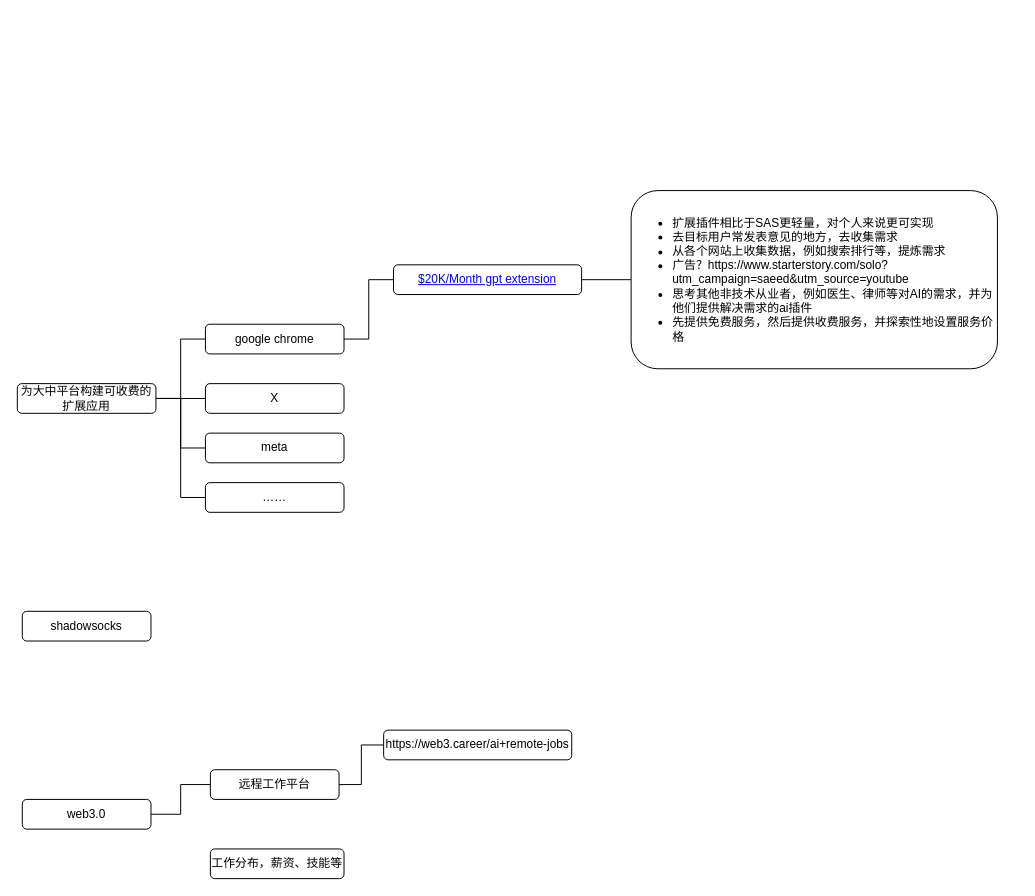
Above: 副业赚钱脑图.drawio in Wang-Yu-Qing/help_651 (draw.io), before the change. Source tidied: cells renumbered, new cells numbered last; positions are measured from the earlier drawing's top-left corner, leaving out a move shared by most shapes. Both pictures are drawn from the tidied source at 99%, with x=0, y=0 at pixel (17, 190).
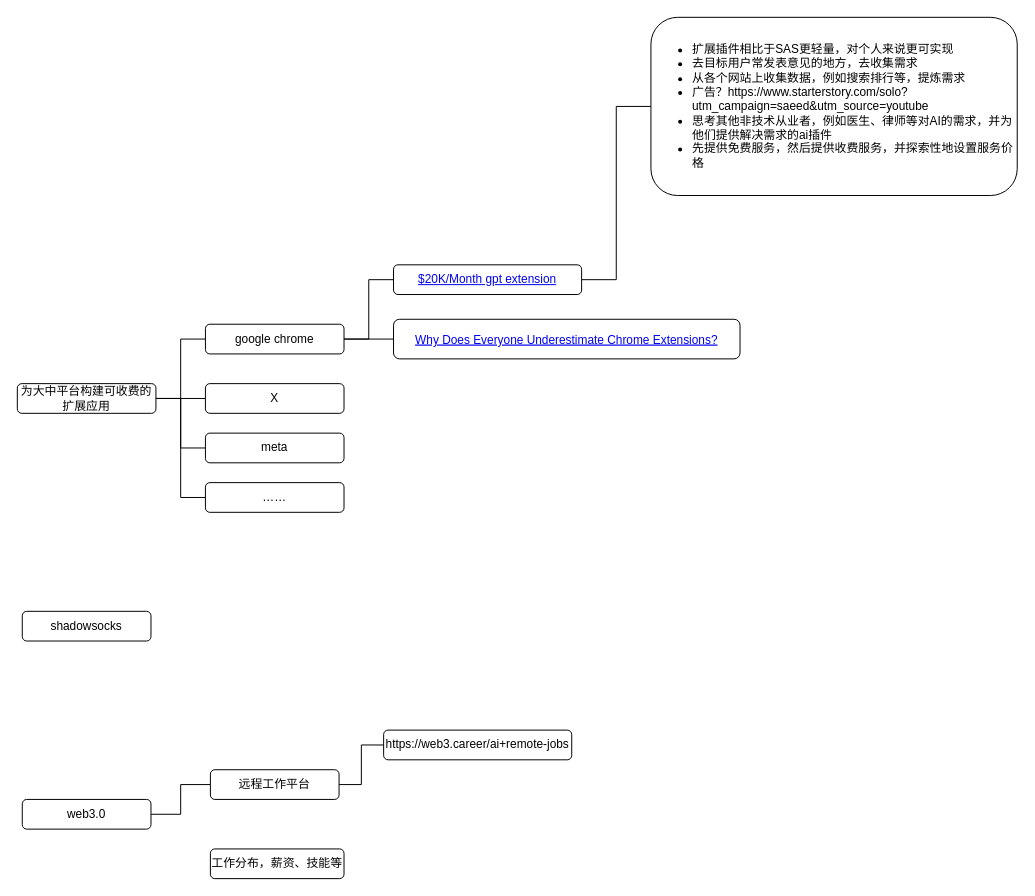
The same diagram, later.

Commit message:
更新副业赚钱脑图.drawio

The change refers to these unchanged cells:
```xml
<mxCell id="2" value="google chrome" style="rounded=1;whiteSpace=wrap;html=1;" parent="1" vertex="1">
  <mxGeometry x="190" y="135" width="140" height="30" as="geometry" />
</mxCell>
```

Change to the diagram source:
```diff
@@
+    <mxCell id="22" style="edgeStyle=orthogonalEdgeStyle;rounded=0;jettySize=auto;html=1;verticalAlign=bottom;endArrow=none;endFill=0;" parent="1" edge="1" source="2" target="23">
+      <mxGeometry relative="1" as="geometry" />
+    </mxCell>
@@
     <mxCell id="14" value="&lt;ul&gt;&lt;li&gt;扩展插件相比于SAS更轻量，对个人来说更可实现&lt;/li&gt;&lt;li style=&quot;&quot;&gt;去目标用户常发表意见的地方，去收集需求&lt;/li&gt;&lt;li style=&quot;&quot;&gt;从各个网站上收集数据，例如搜索排行等，提炼需求&lt;/li&gt;&lt;li style=&quot;&quot;&gt;广告？https://www.starterstory.com/solo?utm_campaign=saeed&amp;amp;utm_source=youtube&lt;/li&gt;&lt;li style=&quot;&quot;&gt;思考其他非技术从业者，例如医生、律师等对AI的需求，并为他们提供解决需求的ai插件&lt;/li&gt;&lt;li style=&quot;&quot;&gt;先提供免费服务，然后提供收费服务，并探索性地设置服务价格&lt;/li&gt;&lt;/ul&gt;" style="rounded=1;whiteSpace=wrap;html=1;align=left;" parent="1" vertex="1">
-      <mxGeometry x="620" width="370" height="180" as="geometry" />
+      <mxGeometry x="640" y="-175" width="370" height="180" as="geometry" />
     </mxCell>
@@
+    <mxCell id="23" value="Why Does Everyone Underestimate Chrome Extensions?" style="fontColor=#0000EE;fontStyle=4;rounded=1;overflow=hidden;spacing=10;" parent="1" vertex="1">
+      <mxGeometry x="380" y="130" width="350" height="40" as="geometry" />
+    </mxCell>
```
